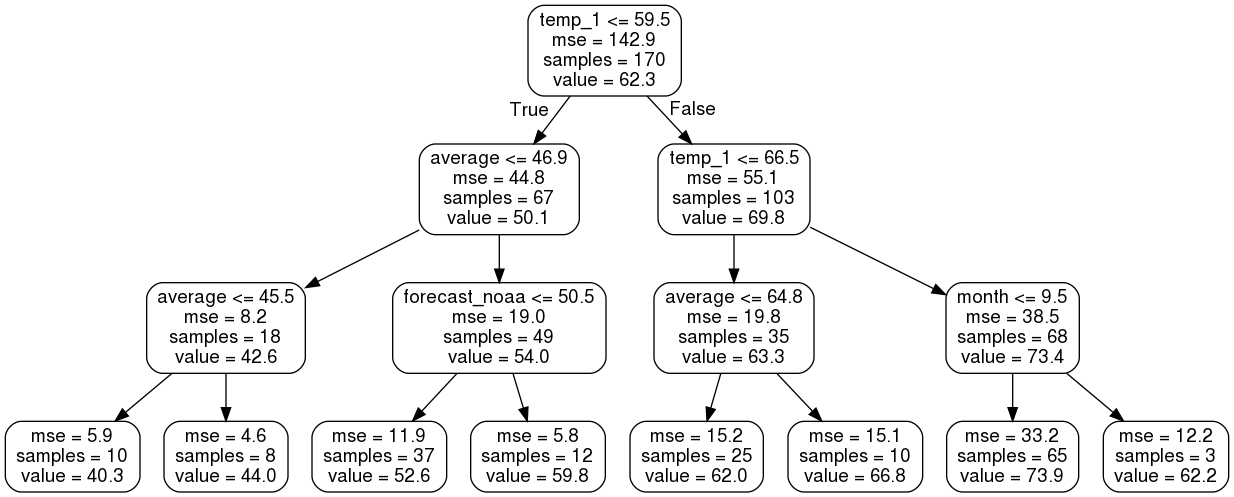
Above: small_tree.png in jrahman1988/PythonSandbox (Graphviz), before the change. Its source is kept beside it as small_tree.dot. The source it was exported from:
```dot
digraph Tree {
node [shape=box, style="rounded", color="black", fontname=helvetica] ;
edge [fontname=helvetica] ;
0 [label="temp_1 <= 59.5\nmse = 142.9\nsamples = 170\nvalue = 62.3"] ;
1 [label="average <= 46.9\nmse = 44.8\nsamples = 67\nvalue = 50.1"] ;
0 -> 1 [labeldistance=2.5, labelangle=45, headlabel="True"] ;
2 [label="average <= 45.5\nmse = 8.2\nsamples = 18\nvalue = 42.6"] ;
1 -> 2 ;
3 [label="mse = 5.9\nsamples = 10\nvalue = 40.3"] ;
2 -> 3 ;
4 [label="mse = 4.6\nsamples = 8\nvalue = 44.0"] ;
2 -> 4 ;
5 [label="forecast_noaa <= 50.5\nmse = 19.0\nsamples = 49\nvalue = 54.0"] ;
1 -> 5 ;
6 [label="mse = 11.9\nsamples = 37\nvalue = 52.6"] ;
5 -> 6 ;
7 [label="mse = 5.8\nsamples = 12\nvalue = 59.8"] ;
5 -> 7 ;
8 [label="temp_1 <= 66.5\nmse = 55.1\nsamples = 103\nvalue = 69.8"] ;
0 -> 8 [labeldistance=2.5, labelangle=-45, headlabel="False"] ;
9 [label="average <= 64.8\nmse = 19.8\nsamples = 35\nvalue = 63.3"] ;
8 -> 9 ;
10 [label="mse = 15.2\nsamples = 25\nvalue = 62.0"] ;
9 -> 10 ;
11 [label="mse = 15.1\nsamples = 10\nvalue = 66.8"] ;
9 -> 11 ;
12 [label="month <= 9.5\nmse = 38.5\nsamples = 68\nvalue = 73.4"] ;
8 -> 12 ;
13 [label="mse = 33.2\nsamples = 65\nvalue = 73.9"] ;
12 -> 13 ;
14 [label="mse = 12.2\nsamples = 3\nvalue = 62.2"] ;
12 -> 14 ;
}
```
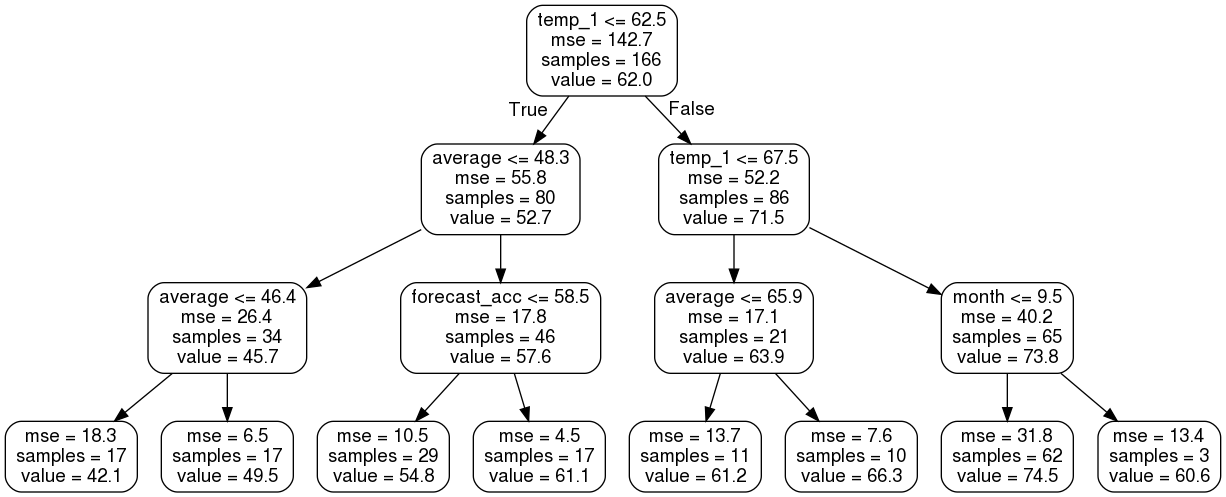
After the commit.

The edit, as a diff of the source:
```diff
@@ -1,33 +1,33 @@
 digraph Tree {
 node [shape=box, style="rounded", color="black", fontname=helvetica] ;
 edge [fontname=helvetica] ;
-0 [label="temp_1 <= 59.5\nmse = 142.9\nsamples = 170\nvalue = 62.3"] ;
-1 [label="average <= 46.9\nmse = 44.8\nsamples = 67\nvalue = 50.1"] ;
+0 [label="temp_1 <= 62.5\nmse = 142.7\nsamples = 166\nvalue = 62.0"] ;
+1 [label="average <= 48.3\nmse = 55.8\nsamples = 80\nvalue = 52.7"] ;
 0 -> 1 [labeldistance=2.5, labelangle=45, headlabel="True"] ;
-2 [label="average <= 45.5\nmse = 8.2\nsamples = 18\nvalue = 42.6"] ;
+2 [label="average <= 46.4\nmse = 26.4\nsamples = 34\nvalue = 45.7"] ;
 1 -> 2 ;
-3 [label="mse = 5.9\nsamples = 10\nvalue = 40.3"] ;
+3 [label="mse = 18.3\nsamples = 17\nvalue = 42.1"] ;
 2 -> 3 ;
-4 [label="mse = 4.6\nsamples = 8\nvalue = 44.0"] ;
+4 [label="mse = 6.5\nsamples = 17\nvalue = 49.5"] ;
 2 -> 4 ;
-5 [label="forecast_noaa <= 50.5\nmse = 19.0\nsamples = 49\nvalue = 54.0"] ;
+5 [label="forecast_acc <= 58.5\nmse = 17.8\nsamples = 46\nvalue = 57.6"] ;
 1 -> 5 ;
-6 [label="mse = 11.9\nsamples = 37\nvalue = 52.6"] ;
+6 [label="mse = 10.5\nsamples = 29\nvalue = 54.8"] ;
 5 -> 6 ;
-7 [label="mse = 5.8\nsamples = 12\nvalue = 59.8"] ;
+7 [label="mse = 4.5\nsamples = 17\nvalue = 61.1"] ;
 5 -> 7 ;
-8 [label="temp_1 <= 66.5\nmse = 55.1\nsamples = 103\nvalue = 69.8"] ;
+8 [label="temp_1 <= 67.5\nmse = 52.2\nsamples = 86\nvalue = 71.5"] ;
 0 -> 8 [labeldistance=2.5, labelangle=-45, headlabel="False"] ;
-9 [label="average <= 64.8\nmse = 19.8\nsamples = 35\nvalue = 63.3"] ;
+9 [label="average <= 65.9\nmse = 17.1\nsamples = 21\nvalue = 63.9"] ;
 8 -> 9 ;
-10 [label="mse = 15.2\nsamples = 25\nvalue = 62.0"] ;
+10 [label="mse = 13.7\nsamples = 11\nvalue = 61.2"] ;
 9 -> 10 ;
-11 [label="mse = 15.1\nsamples = 10\nvalue = 66.8"] ;
+11 [label="mse = 7.6\nsamples = 10\nvalue = 66.3"] ;
 9 -> 11 ;
-12 [label="month <= 9.5\nmse = 38.5\nsamples = 68\nvalue = 73.4"] ;
+12 [label="month <= 9.5\nmse = 40.2\nsamples = 65\nvalue = 73.8"] ;
 8 -> 12 ;
-13 [label="mse = 33.2\nsamples = 65\nvalue = 73.9"] ;
+13 [label="mse = 31.8\nsamples = 62\nvalue = 74.5"] ;
 12 -> 13 ;
-14 [label="mse = 12.2\nsamples = 3\nvalue = 62.2"] ;
+14 [label="mse = 13.4\nsamples = 3\nvalue = 60.6"] ;
 12 -> 14 ;
 }
```
